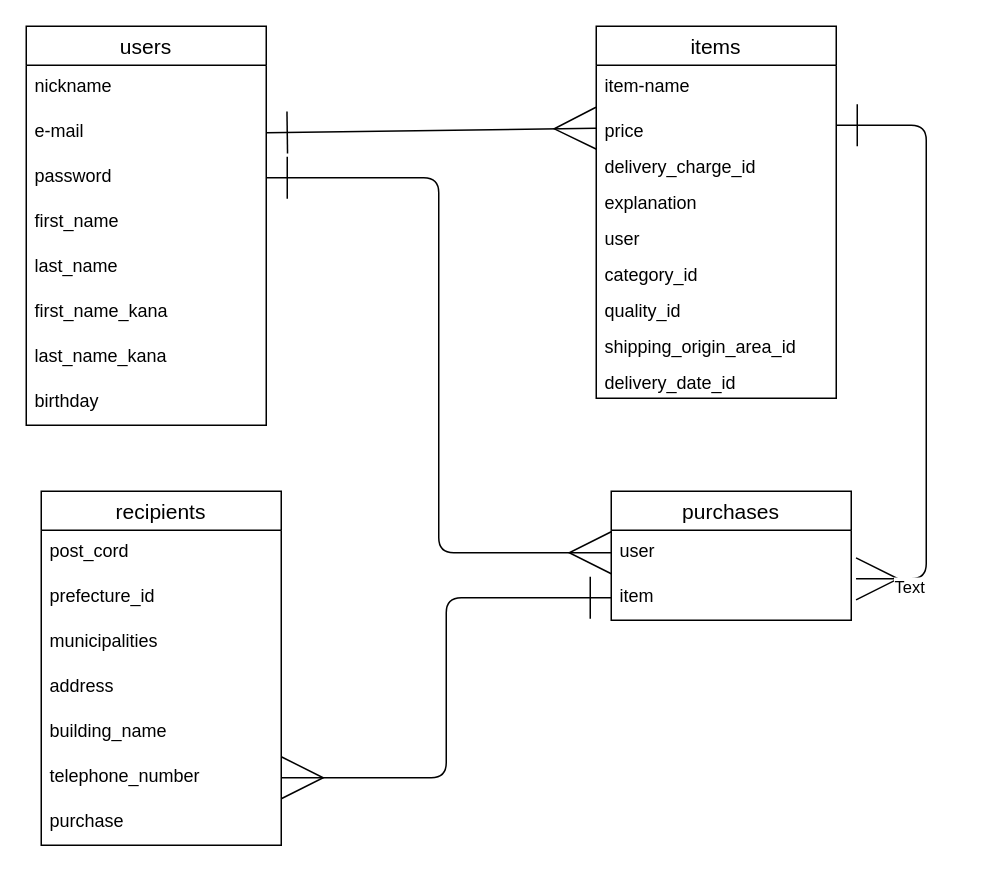
Earlier version of the draw.io diagram furima-39513.dio (yoppy44/furima-39513). Source tidied: cells renumbered, new cells numbered last; positions are measured from the earlier drawing's top-left corner, leaving out a move shared by most shapes. Both pictures are drawn from the tidied source at 150%, with x=0, y=0 at pixel (26, 26).
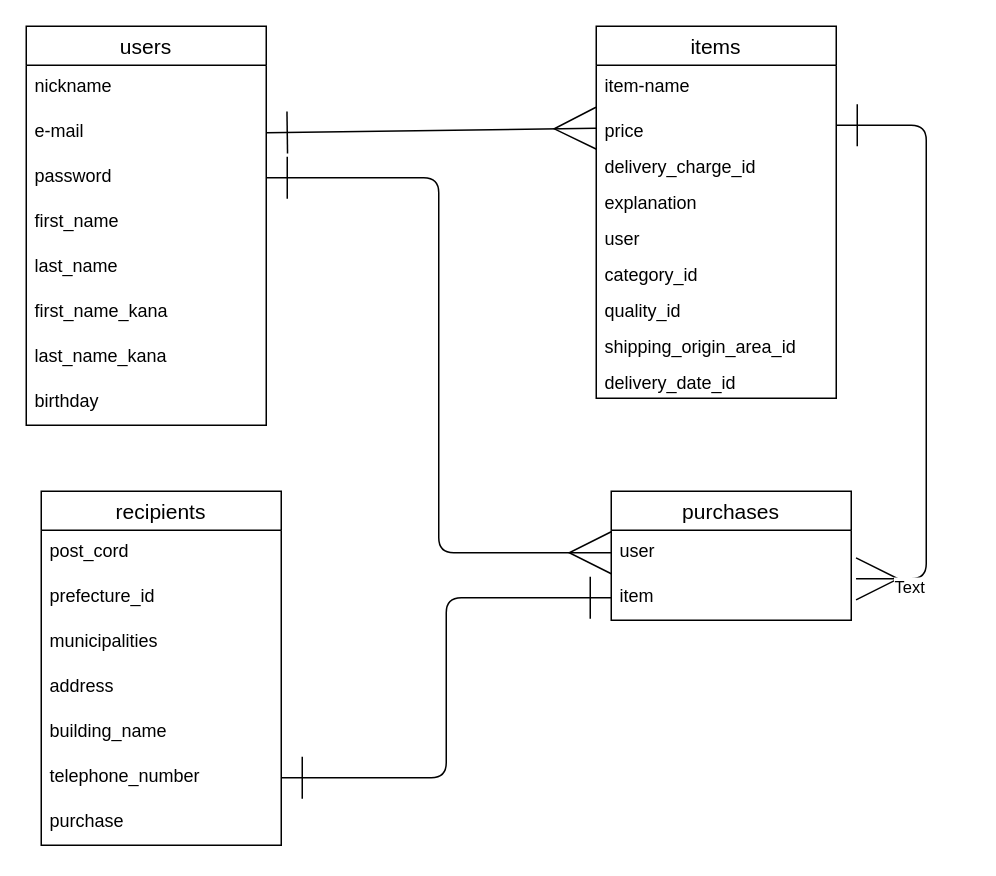
The same diagram, later.

Commit message (it also covers changes not shown here):
README記述の修正’’’’

The change refers to these unchanged cells:
```xml
<mxCell id="23" value="item" style="text;strokeColor=none;fillColor=none;spacingLeft=4;spacingRight=4;overflow=hidden;points=[[0,0.5],[1,0.5]];portConstraint=eastwest;fontSize=12;fontFamily=Helvetica;fontColor=default;startSize=26;" parent="21" vertex="1">
  <mxGeometry y="56" width="160" height="30" as="geometry" />
</mxCell>
<mxCell id="30" value="telephone_number" style="text;strokeColor=none;fillColor=none;spacingLeft=4;spacingRight=4;overflow=hidden;points=[[0,0.5],[1,0.5]];portConstraint=eastwest;fontSize=12;fontFamily=Helvetica;fontColor=default;startSize=26;" parent="24" vertex="1">
  <mxGeometry y="176" width="160" height="30" as="geometry" />
</mxCell>
```

Change to the diagram source:
```diff
@@
-    <mxCell id="36" style="edgeStyle=orthogonalEdgeStyle;html=1;exitX=1;exitY=0.5;exitDx=0;exitDy=0;endArrow=ERone;endFill=0;startArrow=ERmany;startFill=0;endSize=26;startSize=26;" parent="1" edge="1" source="30" target="23">
+    <mxCell id="36" style="edgeStyle=orthogonalEdgeStyle;html=1;exitX=1;exitY=0.5;exitDx=0;exitDy=0;endArrow=ERone;endFill=0;startArrow=ERone;startFill=0;endSize=26;startSize=26;" parent="1" edge="1" source="30" target="23">
       <mxGeometry relative="1" as="geometry" />
     </mxCell>
```
